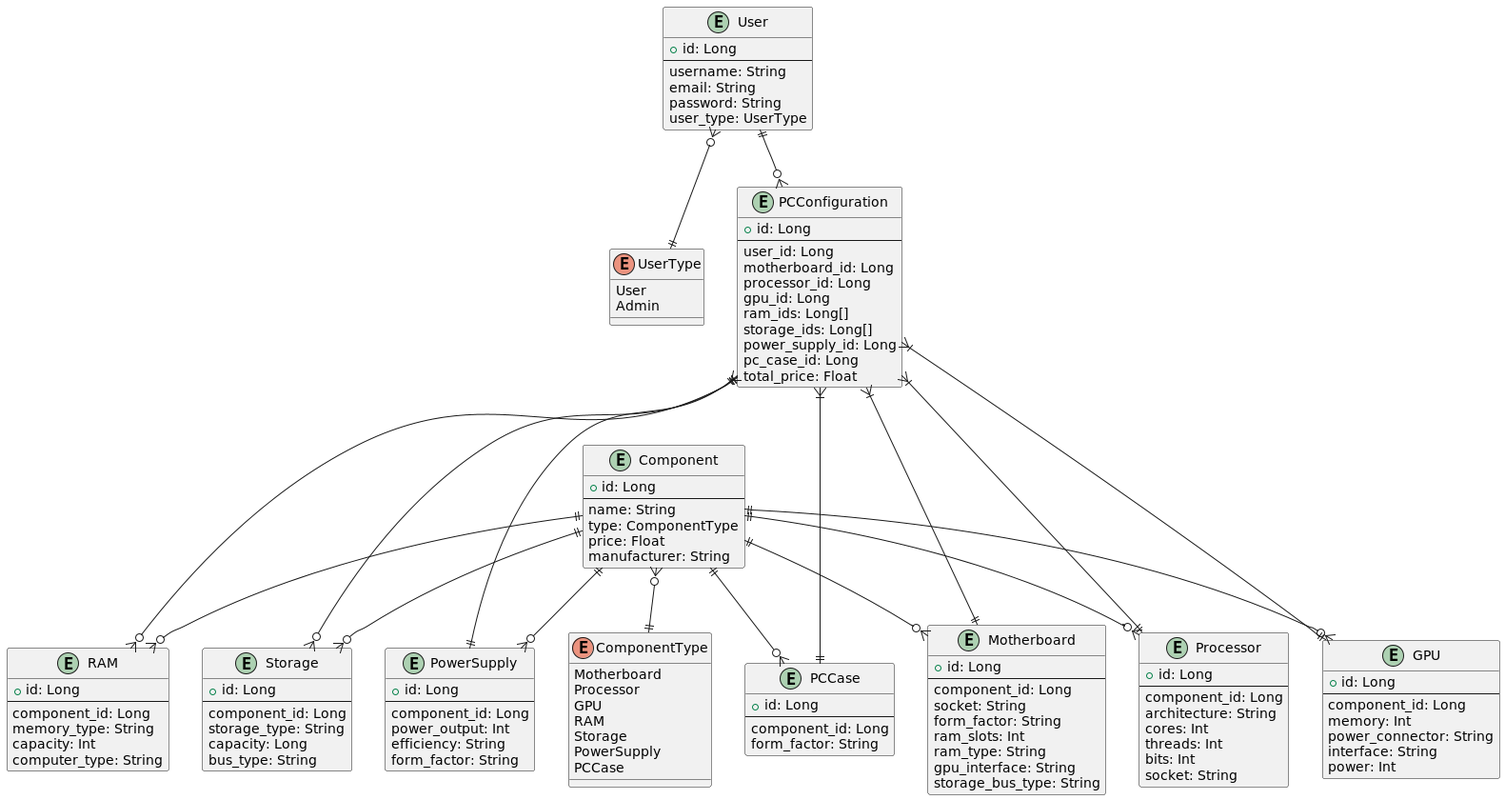
Above: docs/diagrams/images/erd.png in THEeLov/pc-builder (PlantUML), before the change.
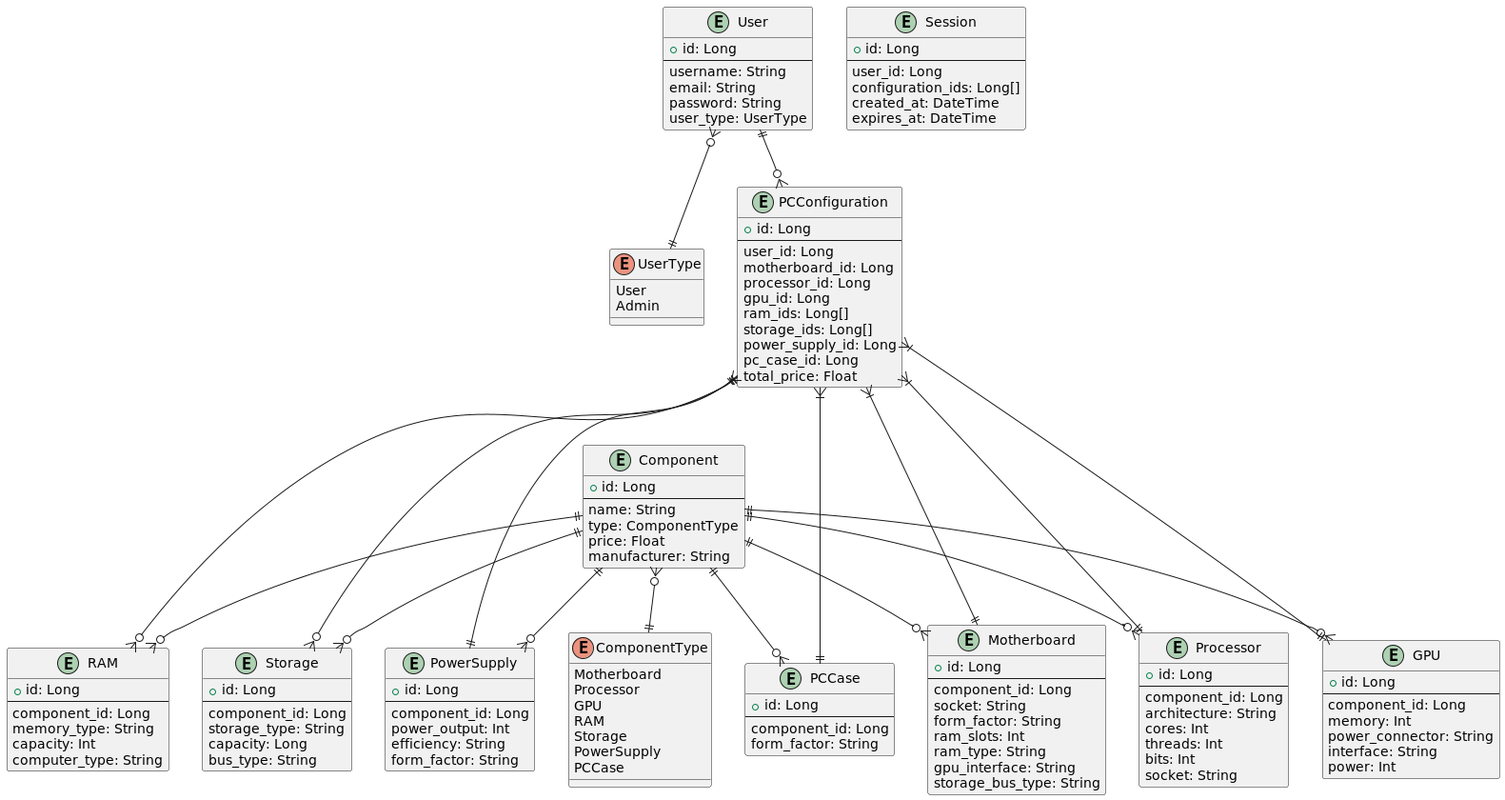
Later version of the same file.

Commit message:
docs(diagrams): removed mistakes from DTO diagram, added Session into ERD diagram

What changed in the source:
```diff
@@ -32,6 +32,29 @@
   email: String
   password: String
   user_type: UserType
+}
+
+entity Session {
+    + id: Long
+    --
+    user_id: Long
+    configuration_ids: Long[]
+    created_at: DateTime
+    expires_at: DateTime
+}
+
+entity "PCConfiguration" {
+  + id: Long
+  --
+  user_id: Long
+  motherboard_id: Long
+  processor_id: Long
+  gpu_id: Long
+  ram_ids: Long[]
+  storage_ids: Long[]
+  power_supply_id: Long
+  pc_case_id: Long
+  total_price: Float
 }
 
 entity "Motherboard" {
@@ -101,19 +124,6 @@
   form_factor: String
 }
 
-entity "PCConfiguration" {
-  + id: Long
-  --
-  user_id: Long
-  motherboard_id: Long
-  processor_id: Long
-  gpu_id: Long
-  ram_ids: Long[]
-  storage_ids: Long[]
-  power_supply_id: Long
-  pc_case_id: Long
-  total_price: Float
-}
 
 User ||--o{ PCConfiguration
 User }o--|| UserType
```
